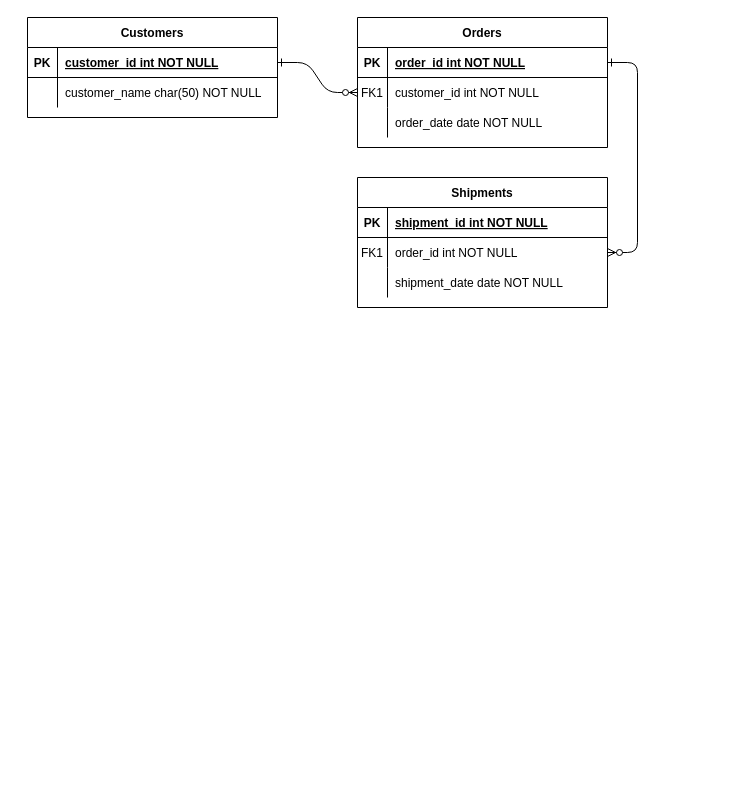
This is devstatus.drawio from Hussain-Sharif/devtatus, a draw.io file, before an edit. Source tidied: cells renumbered, new cells numbered last; positions are measured from the earlier drawing's top-left corner, leaving out a move shared by most shapes. Both pictures are drawn from the tidied source at 100%, with x=0, y=0 at pixel (27, 17).
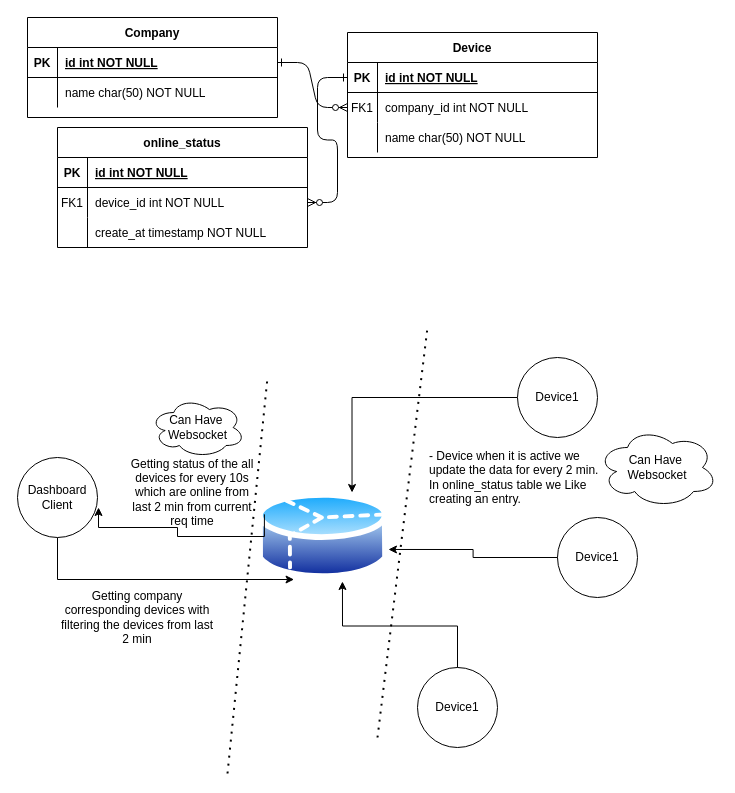
The same page after the edit.

Unchanged cells that the change refers to:
```xml
<mxCell id="5" style="shape=partialRectangle;fillColor=none;points=[[0,0.5],[1,0.5]];portConstraint=eastwest;top=0;left=0;right=0;bottom=1;" parent="4" vertex="1">
  <mxGeometry y="30" width="250" height="30" as="geometry" />
</mxCell>
<mxCell id="8" style="shape=partialRectangle;fillColor=none;points=[[0,0.5],[1,0.5]];portConstraint=eastwest;top=0;left=0;right=0;bottom=0;" parent="4" vertex="1">
  <mxGeometry y="60" width="250" height="30" as="geometry" />
</mxCell>
<mxCell id="11" style="shape=partialRectangle;fillColor=none;top=0;left=0;right=0;bottom=0;" parent="4" vertex="1">
  <mxGeometry y="90" width="250" height="30" as="geometry" />
</mxCell>
<mxCell id="15" style="shape=partialRectangle;fillColor=none;top=0;left=0;right=0;bottom=1;" parent="14" vertex="1">
  <mxGeometry y="30" width="250" height="30" as="geometry" />
</mxCell>
<mxCell id="18" style="shape=partialRectangle;fillColor=none;points=[[0,0.5],[1,0.5]];portConstraint=eastwest;top=0;left=0;right=0;bottom=0;" parent="14" vertex="1">
  <mxGeometry y="60" width="250" height="30" as="geometry" />
</mxCell>
<mxCell id="21" style="shape=partialRectangle;fillColor=none;top=0;left=0;right=0;bottom=0;" parent="14" vertex="1">
  <mxGeometry y="90" width="250" height="30" as="geometry" />
</mxCell>
<mxCell id="25" style="shape=partialRectangle;fillColor=none;points=[[0,0.5],[1,0.5]];portConstraint=eastwest;top=0;left=0;right=0;bottom=1;" parent="24" vertex="1">
  <mxGeometry y="30" width="250" height="30" as="geometry" />
</mxCell>
<mxCell id="28" style="shape=partialRectangle;fillColor=none;top=0;left=0;right=0;bottom=0;" parent="24" vertex="1">
  <mxGeometry y="60" width="250" height="30" as="geometry" />
</mxCell>
```

Change to the diagram source:
```diff
@@
-    <mxCell id="4" value="Orders" style="shape=table;startSize=30;childLayout=tableLayout;rowLines=0;fontStyle=1;align=center;" parent="1" vertex="1">
-      <mxGeometry x="330" width="250" height="130" as="geometry" />
+    <mxCell id="4" value="Device" style="shape=table;startSize=30;childLayout=tableLayout;rowLines=0;fontStyle=1;align=center;" parent="1" vertex="1">
+      <mxGeometry x="320" y="15" width="250" height="125" as="geometry" />
     </mxCell>
@@
-    <mxCell id="7" value="order_id int NOT NULL " style="shape=partialRectangle;overflow=hidden;fillColor=none;top=0;left=0;bottom=0;right=0;align=left;spacingLeft=6;fontStyle=5;" parent="5" vertex="1">
+    <mxCell id="7" value="id int NOT NULL " style="shape=partialRectangle;overflow=hidden;fillColor=none;top=0;left=0;bottom=0;right=0;align=left;spacingLeft=6;fontStyle=5;" parent="5" vertex="1">
       <mxGeometry x="30" width="220" height="30" as="geometry" />
     </mxCell>
@@
-    <mxCell id="10" value="customer_id int NOT NULL" style="shape=partialRectangle;overflow=hidden;fillColor=none;top=0;left=0;bottom=0;right=0;align=left;spacingLeft=6;" parent="8" vertex="1">
+    <mxCell id="10" value="company_id int NOT NULL" style="shape=partialRectangle;overflow=hidden;fillColor=none;top=0;left=0;bottom=0;right=0;align=left;spacingLeft=6;" parent="8" vertex="1">
       <mxGeometry x="30" width="220" height="30" as="geometry" />
     </mxCell>
@@
-    <mxCell id="13" value="order_date date NOT NULL" style="shape=partialRectangle;overflow=hidden;fillColor=none;top=0;left=0;bottom=0;right=0;align=left;spacingLeft=6;" parent="11" vertex="1">
+    <mxCell id="13" value="name char(50) NOT NULL" style="shape=partialRectangle;overflow=hidden;fillColor=none;top=0;left=0;bottom=0;right=0;align=left;spacingLeft=6;" parent="11" vertex="1">
       <mxGeometry x="30" width="220" height="30" as="geometry" />
     </mxCell>
-    <mxCell id="14" value="Shipments" style="shape=table;startSize=30;childLayout=tableLayout;rowLines=0;fontStyle=1;align=center;" parent="1" vertex="1">
-      <mxGeometry x="330" y="160" width="250" height="130" as="geometry" />
+    <mxCell id="14" value="online_status" style="shape=table;startSize=30;childLayout=tableLayout;rowLines=0;fontStyle=1;align=center;" parent="1" vertex="1">
+      <mxGeometry x="30" y="110" width="250" height="120" as="geometry" />
     </mxCell>
@@
-    <mxCell id="17" value="shipment_id int NOT NULL " style="shape=partialRectangle;overflow=hidden;fillColor=none;top=0;left=0;bottom=0;right=0;align=left;spacingLeft=6;fontStyle=5;" parent="15" vertex="1">
+    <mxCell id="17" value="id int NOT NULL " style="shape=partialRectangle;overflow=hidden;fillColor=none;top=0;left=0;bottom=0;right=0;align=left;spacingLeft=6;fontStyle=5;" parent="15" vertex="1">
       <mxGeometry x="30" width="220" height="30" as="geometry" />
     </mxCell>
@@
-    <mxCell id="20" value="order_id int NOT NULL" style="shape=partialRectangle;overflow=hidden;fillColor=none;top=0;left=0;bottom=0;right=0;align=left;spacingLeft=6;" parent="18" vertex="1">
+    <mxCell id="20" value="device_id int NOT NULL" style="shape=partialRectangle;overflow=hidden;fillColor=none;top=0;left=0;bottom=0;right=0;align=left;spacingLeft=6;" parent="18" vertex="1">
       <mxGeometry x="30" width="220" height="30" as="geometry" />
     </mxCell>
@@
-    <mxCell id="23" value="shipment_date date NOT NULL" style="shape=partialRectangle;overflow=hidden;fillColor=none;top=0;left=0;bottom=0;right=0;align=left;spacingLeft=6;" parent="21" vertex="1">
+    <mxCell id="23" style="shape=partialRectangle;overflow=hidden;fillColor=none;top=0;left=0;bottom=0;right=0;align=left;spacingLeft=6;" parent="21" vertex="1">
       <mxGeometry x="30" width="220" height="30" as="geometry" />
     </mxCell>
-    <mxCell id="24" value="Customers" style="shape=table;startSize=30;childLayout=tableLayout;rowLines=0;fontStyle=1;align=center;" parent="1" vertex="1">
+    <mxCell id="24" value="Company" style="shape=table;startSize=30;childLayout=tableLayout;rowLines=0;fontStyle=1;align=center;" parent="1" vertex="1">
       <mxGeometry width="250" height="100" as="geometry" />
     </mxCell>
@@
-    <mxCell id="27" value="customer_id int NOT NULL " style="shape=partialRectangle;overflow=hidden;fillColor=none;top=0;left=0;bottom=0;right=0;align=left;spacingLeft=6;fontStyle=5;" parent="25" vertex="1">
+    <mxCell id="27" value="id int NOT NULL " style="shape=partialRectangle;overflow=hidden;fillColor=none;top=0;left=0;bottom=0;right=0;align=left;spacingLeft=6;fontStyle=5;" parent="25" vertex="1">
       <mxGeometry x="30" width="220" height="30" as="geometry" />
     </mxCell>
@@
-    <mxCell id="30" value="customer_name char(50) NOT NULL" style="shape=partialRectangle;overflow=hidden;fillColor=none;top=0;left=0;bottom=0;right=0;align=left;spacingLeft=6;" parent="28" vertex="1">
+    <mxCell id="30" value="name char(50) NOT NULL" style="shape=partialRectangle;overflow=hidden;fillColor=none;top=0;left=0;bottom=0;right=0;align=left;spacingLeft=6;" parent="28" vertex="1">
       <mxGeometry x="30" width="220" height="30" as="geometry" />
     </mxCell>
+    <mxCell id="31" value="create_at timestamp NOT NULL" style="shape=partialRectangle;overflow=hidden;fillColor=none;top=0;left=0;bottom=0;right=0;align=left;spacingLeft=6;" parent="1" vertex="1">
+      <mxGeometry x="60" y="200" width="220" height="30" as="geometry" />
+    </mxCell>
+    <mxCell id="32" style="image;perimeter=ellipsePerimeter;html=1;align=center;shadow=0;dashed=0;spacingTop=3;image=img/lib/active_directory/database_partition_3.svg;" parent="1" vertex="1">
+      <mxGeometry x="230" y="470" width="131.1" height="97" as="geometry" />
+    </mxCell>
+    <mxCell id="33" style="edgeStyle=orthogonalEdgeStyle;rounded=0;jettySize=auto;html=1;exitX=0.5;exitY=1;exitDx=0;exitDy=0;entryX=0.25;entryY=1;entryDx=0;entryDy=0;" parent="1" edge="1" source="34" target="32">
+      <mxGeometry relative="1" as="geometry" />
+    </mxCell>
+    <mxCell id="34" value="Dashboard&lt;div&gt;Client&lt;/div&gt;" style="ellipse;whiteSpace=wrap;html=1;" parent="1" vertex="1">
+      <mxGeometry x="-10" y="440" width="80" height="80" as="geometry" />
+    </mxCell>
+    <mxCell id="35" style="edgeStyle=orthogonalEdgeStyle;rounded=0;jettySize=auto;html=1;entryX=0.75;entryY=0;entryDx=0;entryDy=0;" parent="1" edge="1" source="36" target="32">
+      <mxGeometry relative="1" as="geometry" />
+    </mxCell>
+    <mxCell id="36" value="Device1" style="ellipse;whiteSpace=wrap;html=1;" parent="1" vertex="1">
+      <mxGeometry x="490" y="340" width="80" height="80" as="geometry" />
+    </mxCell>
+    <mxCell id="37" value="Device1" style="ellipse;whiteSpace=wrap;html=1;" parent="1" vertex="1">
+      <mxGeometry x="530" y="500" width="80" height="80" as="geometry" />
+    </mxCell>
+    <mxCell id="38" value="Device1" style="ellipse;whiteSpace=wrap;html=1;" parent="1" vertex="1">
+      <mxGeometry x="390" y="650" width="80" height="80" as="geometry" />
+    </mxCell>
+    <mxCell id="39" style="edgeStyle=orthogonalEdgeStyle;rounded=0;jettySize=auto;html=1;entryX=0.999;entryY=0.639;entryDx=0;entryDy=0;entryPerimeter=0;" parent="1" edge="1" source="37" target="32">
+      <mxGeometry relative="1" as="geometry" />
+    </mxCell>
+    <mxCell id="40" style="edgeStyle=orthogonalEdgeStyle;rounded=0;jettySize=auto;html=1;exitX=0.5;exitY=0;exitDx=0;exitDy=0;entryX=0.648;entryY=0.969;entryDx=0;entryDy=0;entryPerimeter=0;" parent="1" edge="1" source="38" target="32">
+      <mxGeometry relative="1" as="geometry" />
+    </mxCell>
+    <mxCell id="41" value="- Device when it is active we update the data for every 2 min. In online_status table we Like creating an entry." style="text;html=1;whiteSpace=wrap;strokeColor=none;fillColor=none;align=left;verticalAlign=middle;rounded=0;" parent="1" vertex="1">
+      <mxGeometry x="400" y="430" width="180" height="60" as="geometry" />
+    </mxCell>
+    <mxCell id="42" style="edgeStyle=orthogonalEdgeStyle;rounded=0;jettySize=auto;html=1;exitX=0;exitY=0.25;exitDx=0;exitDy=0;entryX=1.013;entryY=0.625;entryDx=0;entryDy=0;entryPerimeter=0;" parent="1" edge="1" source="32" target="34">
+      <mxGeometry relative="1" as="geometry">
+        <Array as="points">
+          <mxPoint x="237" y="519" />
+          <mxPoint x="150" y="519" />
+          <mxPoint x="150" y="510" />
+          <mxPoint x="71" y="510" />
+        </Array>
+      </mxGeometry>
+    </mxCell>
+    <mxCell id="43" value="Getting status of the all devices for every 10s&lt;div&gt;which are online from last 2 min from current req time&lt;/div&gt;" style="text;html=1;whiteSpace=wrap;strokeColor=none;fillColor=none;align=center;verticalAlign=middle;rounded=0;" parent="1" vertex="1">
+      <mxGeometry x="100" y="460" width="130" height="30" as="geometry" />
+    </mxCell>
+    <mxCell id="44" value="Getting company corresponding devices with filtering the devices from last 2 min" style="text;html=1;whiteSpace=wrap;strokeColor=none;fillColor=none;align=center;verticalAlign=middle;rounded=0;" parent="1" vertex="1">
+      <mxGeometry x="30" y="570" width="160" height="60" as="geometry" />
+    </mxCell>
+    <mxCell id="45" value="Can Have&amp;nbsp;&lt;div&gt;Websocket&lt;/div&gt;" style="ellipse;shape=cloud;whiteSpace=wrap;html=1;" parent="1" vertex="1">
+      <mxGeometry x="122.5" y="380" width="95" height="60" as="geometry" />
+    </mxCell>
+    <mxCell id="46" value="Can Have&amp;nbsp;&lt;div&gt;Websocket&lt;/div&gt;" style="ellipse;shape=cloud;whiteSpace=wrap;html=1;" parent="1" vertex="1">
+      <mxGeometry x="570" y="410" width="120" height="80" as="geometry" />
+    </mxCell>
+    <mxCell id="47" style="endArrow=none;dashed=1;html=1;dashPattern=1 3;strokeWidth=2;rounded=0;" parent="1" edge="1">
+      <mxGeometry relative="1" as="geometry">
+        <mxPoint x="350" y="720" as="sourcePoint" />
+        <mxPoint x="400" y="310" as="targetPoint" />
+      </mxGeometry>
+    </mxCell>
+    <mxCell id="48" style="endArrow=none;dashed=1;html=1;dashPattern=1 3;strokeWidth=2;rounded=0;" parent="1" edge="1">
+      <mxGeometry relative="1" as="geometry">
+        <mxPoint x="200" y="756" as="sourcePoint" />
+        <mxPoint x="240" y="360" as="targetPoint" />
+      </mxGeometry>
+    </mxCell>
```
